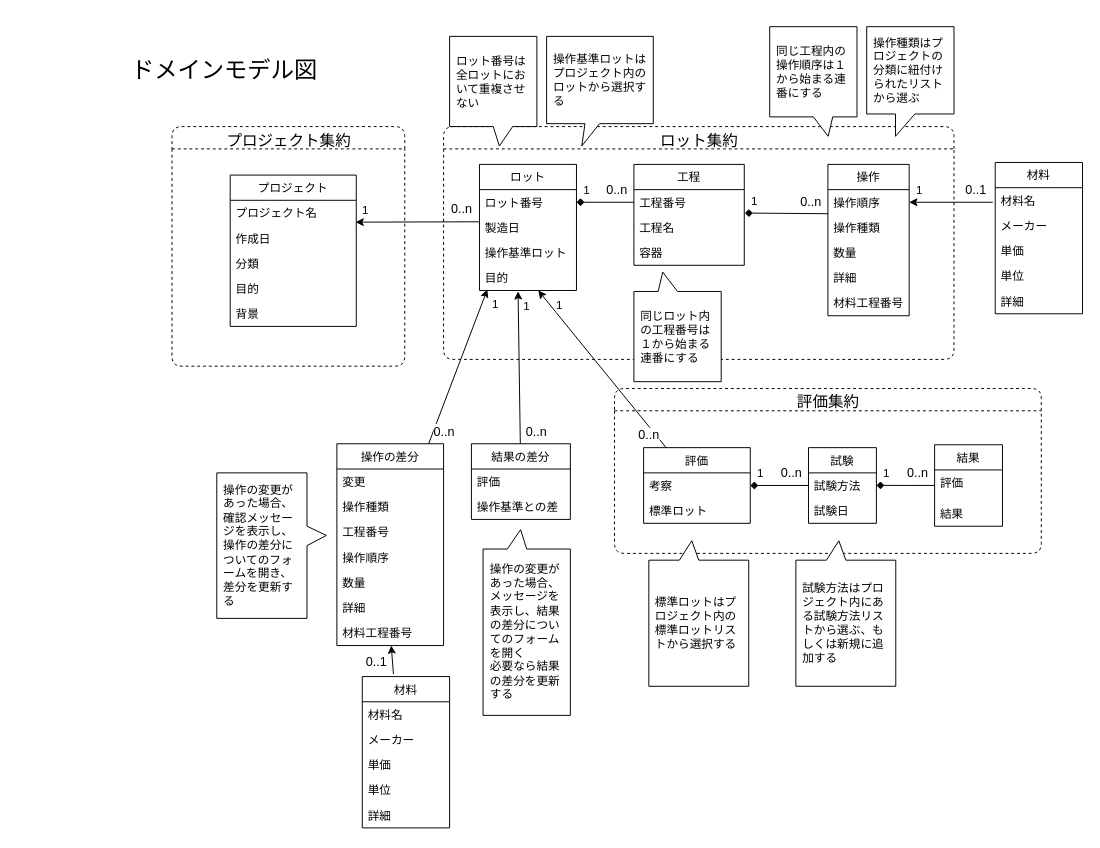
This is page "料理のドメインモデル図" (3 of 3) of uml/DDDModels.drawio from smallStall/MethodsNote, a draw.io file, before an edit. Source tidied: cells renumbered, new cells numbered last; positions are measured from the earlier drawing's top-left corner, leaving out a move shared by most shapes. Both pictures are drawn from the tidied source at 97%, with x=0, y=0 at pixel (129, 26).
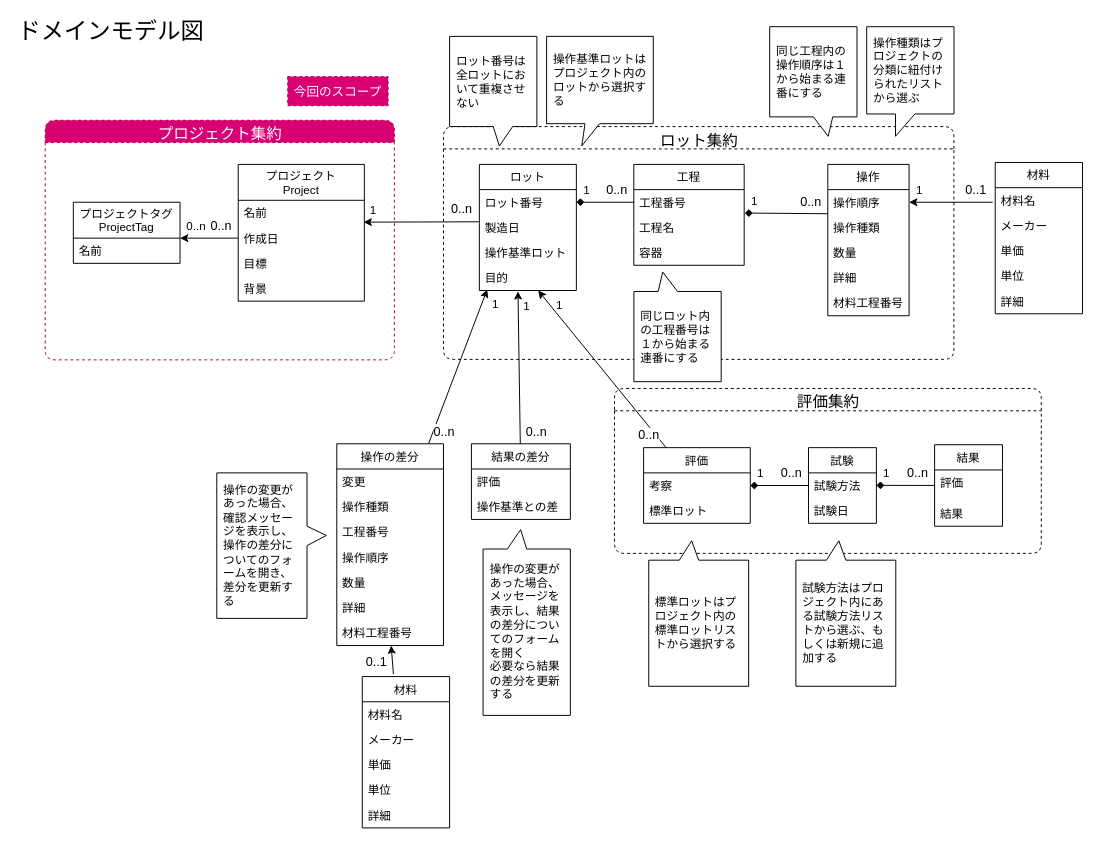
After the change.

Change to the diagram source:
```diff
@@
     <mxCell id="8" value="操作の差分" style="swimlane;fontStyle=0;horizontal=1;startSize=26;" parent="1" vertex="1">
-      <mxGeometry x="213.8" y="430" width="110" height="208" as="geometry" />
+      <mxGeometry x="213.7" y="430" width="110" height="208" as="geometry" />
     </mxCell>
@@
-    <mxCell id="19" value="&lt;font style=&quot;font-weight: normal ; font-size: 16px&quot;&gt;プロジェクト集約&lt;/font&gt;" style="swimlane;rounded=1;dashed=1;fontSize=20;fillColor=none;align=center;html=1;" parent="1" vertex="1">
-      <mxGeometry x="43.8" y="103" width="240" height="247" as="geometry" />
+    <mxCell id="19" value="&lt;font style=&quot;font-weight: normal ; font-size: 16px&quot;&gt;プロジェクト集約&lt;/font&gt;" style="swimlane;rounded=1;dashed=1;fontSize=20;fillColor=#d80073;align=center;html=1;fontColor=#ffffff;strokeColor=#A50040;" parent="1" vertex="1">
+      <mxGeometry x="-86.9" y="96.5" width="360" height="247" as="geometry" />
     </mxCell>
-    <mxCell id="20" value="プロジェクト" style="swimlane;fontStyle=0;horizontal=1;startSize=26;" parent="19" vertex="1">
-      <mxGeometry x="60" y="50" width="130" height="156" as="geometry" />
+    <mxCell id="20" value="プロジェクト&#10;Project" style="swimlane;fontStyle=0;horizontal=1;startSize=37;" parent="19" vertex="1">
+      <mxGeometry x="199" y="45.5" width="130" height="141" as="geometry" />
     </mxCell>
-    <mxCell id="21" value="プロジェクト名" style="text;strokeColor=none;fillColor=none;align=left;verticalAlign=top;spacingLeft=4;spacingRight=4;overflow=hidden;points=[[0,0.5],[1,0.5]];portConstraint=eastwest;" parent="20" vertex="1">
-      <mxGeometry y="26" width="130" height="26" as="geometry" />
+    <mxCell id="21" value="名前" style="text;strokeColor=none;fillColor=none;align=left;verticalAlign=top;spacingLeft=4;spacingRight=4;overflow=hidden;points=[[0,0.5],[1,0.5]];portConstraint=eastwest;" parent="20" vertex="1">
+      <mxGeometry y="37" width="130" height="26" as="geometry" />
     </mxCell>
     <mxCell id="22" value="作成日" style="text;strokeColor=none;fillColor=none;align=left;verticalAlign=top;spacingLeft=4;spacingRight=4;overflow=hidden;points=[[0,0.5],[1,0.5]];portConstraint=eastwest;" parent="20" vertex="1">
-      <mxGeometry y="52" width="130" height="26" as="geometry" />
+      <mxGeometry y="63" width="130" height="26" as="geometry" />
     </mxCell>
-    <mxCell id="23" value="分類" style="text;strokeColor=none;fillColor=none;align=left;verticalAlign=top;spacingLeft=4;spacingRight=4;overflow=hidden;" parent="20" vertex="1">
-      <mxGeometry y="78" width="130" height="26" as="geometry" />
-    </mxCell>
-    <mxCell id="24" value="目的" style="text;strokeColor=none;fillColor=none;align=left;verticalAlign=top;spacingLeft=4;spacingRight=4;overflow=hidden;" parent="20" vertex="1">
-      <mxGeometry y="104" width="130" height="26" as="geometry" />
+    <mxCell id="24" value="目標" style="text;strokeColor=none;fillColor=none;align=left;verticalAlign=top;spacingLeft=4;spacingRight=4;overflow=hidden;" parent="20" vertex="1">
+      <mxGeometry y="89" width="130" height="26" as="geometry" />
     </mxCell>
     <mxCell id="25" value="背景" style="text;strokeColor=none;fillColor=none;align=left;verticalAlign=top;spacingLeft=4;spacingRight=4;overflow=hidden;" parent="20" vertex="1">
-      <mxGeometry y="130" width="130" height="26" as="geometry" />
+      <mxGeometry y="115" width="130" height="26" as="geometry" />
     </mxCell>
+    <mxCell id="97" value="プロジェクトタグ&#10;ProjectTag" style="swimlane;fontStyle=0;horizontal=1;startSize=37;" parent="19" vertex="1">
+      <mxGeometry x="29" y="84.5" width="110" height="63" as="geometry" />
+    </mxCell>
+    <mxCell id="98" value="名前" style="text;strokeColor=none;fillColor=none;align=left;verticalAlign=top;spacingLeft=4;spacingRight=4;overflow=hidden;" parent="97" vertex="1">
+      <mxGeometry y="37" width="110" height="26" as="geometry" />
+    </mxCell>
+    <mxCell id="99" style="endArrow=classic;html=1;fontSize=24;exitX=0;exitY=0.5;exitDx=0;exitDy=0;" parent="19" edge="1" source="22">
+      <mxGeometry relative="1" as="geometry">
+        <mxPoint x="139" y="121.5" as="targetPoint" />
+      </mxGeometry>
+    </mxCell>
+    <mxCell id="100" value="0..n" style="edgeLabel;html=1;align=left;verticalAlign=bottom;spacingBottom=-1;spacing=6;fontSize=13;" parent="99" vertex="1">
+      <mxGeometry x="-1" relative="1" as="geometry">
+        <mxPoint x="-34" as="offset" />
+      </mxGeometry>
+    </mxCell>
+    <mxCell id="101" value="0..n" style="edgeLabel;html=1;align=right;verticalAlign=bottom;spacingBottom=6;spacing=0;spacingRight=15;fontSize=12;" parent="99" vertex="1">
+      <mxGeometry x="1" relative="1" as="geometry">
+        <mxPoint x="40" as="offset" />
+      </mxGeometry>
+    </mxCell>
     <mxCell id="26" value="&lt;font style=&quot;font-weight: normal ; font-size: 16px&quot;&gt;ロット集約&lt;/font&gt;" style="swimlane;rounded=1;dashed=1;fontSize=20;fillColor=none;align=center;html=1;" parent="1" vertex="1">
-      <mxGeometry x="323.8" y="103" width="526.2" height="240" as="geometry" />
+      <mxGeometry x="323.7" y="103" width="526.2" height="240" as="geometry" />
     </mxCell>
@@
     <mxCell id="48" value="ドメインモデル図" style="text;html=1;strokeColor=none;fillColor=none;align=left;verticalAlign=middle;whiteSpace=wrap;rounded=0;fontSize=24;" parent="1" vertex="1">
-      <mxGeometry y="30" width="260" height="30" as="geometry" />
+      <mxGeometry x="-116.9" y="-10" width="260" height="30" as="geometry" />
     </mxCell>
@@
     <mxCell id="96" value="標準ロットはプロジェクト内の標準ロットリストから選択する" style="shape=callout;whiteSpace=wrap;html=1;perimeter=calloutPerimeter;size=20;position=0.5;align=left;direction=west;position2=0.57;spacing=7;" parent="1" vertex="1">
-      <mxGeometry x="535.4" y="530" width="103" height="150" as="geometry" />
+      <mxGeometry x="535.3" y="530" width="103" height="150" as="geometry" />
     </mxCell>
+    <mxCell id="102" value="今回のスコープ" style="text;html=1;strokeColor=#A50040;fillColor=#d80073;align=center;verticalAlign=middle;whiteSpace=wrap;rounded=0;dashed=1;fontColor=#ffffff;fontSize=13;" parent="1" vertex="1">
+      <mxGeometry x="163.1" y="51.5" width="103.5" height="30" as="geometry" />
+    </mxCell>
```
